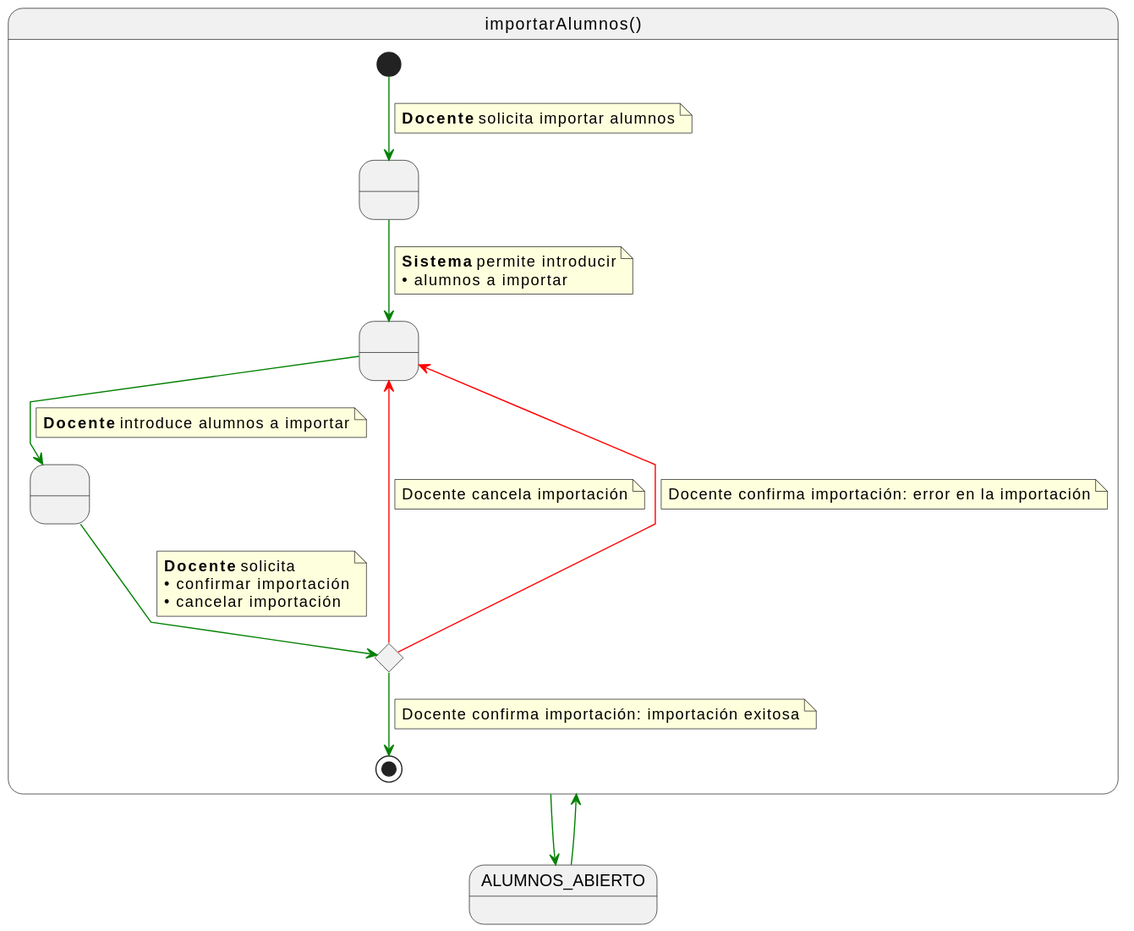
The PlantUML diagram documents/casos-de-uso/detalladoCasosDeUso/importarAlumnos/importarAlumnos.svg in martinlopez7/25-26-IdSw1-SdR, before a commit. Its diagram source:
```plantuml
@startuml
skinparam linetype polyline

state importarAlumnos as "importarAlumnos()" {

    state " " as RequiringImport
    state " " as ProvidingAlumnos
    state " " as ProvidingConfirmation
    state c <<choice>>

    [*] -[#green]-> RequiringImport
    note on link
    <b>Docente</b> solicita importar alumnos
    end note

    RequiringImport -[#green]-> ProvidingAlumnos
    note on link
    <b>Sistema</b> permite introducir
    • alumnos a importar
    end note

    ProvidingAlumnos -[#green]-> ProvidingConfirmation
    note on link
    <b>Docente</b> introduce alumnos a importar
    end note

    ProvidingConfirmation -[#green]-> c
    note on link
    <b>Docente</b> solicita
    • confirmar importación
    • cancelar importación
    end note

    c -[#red]-> ProvidingAlumnos
    note on link
    Docente cancela importación
    end note

    c -[#red]-> ProvidingAlumnos
    note on link
    Docente confirma importación: error en la importación
    end note

    c -[#green]-> [*]
    note on link
    Docente confirma importación: importación exitosa
    end note
}

ALUMNOS_ABIERTO -[#green]-> importarAlumnos
importarAlumnos -[#green]-> ALUMNOS_ABIERTO
@enduml
```
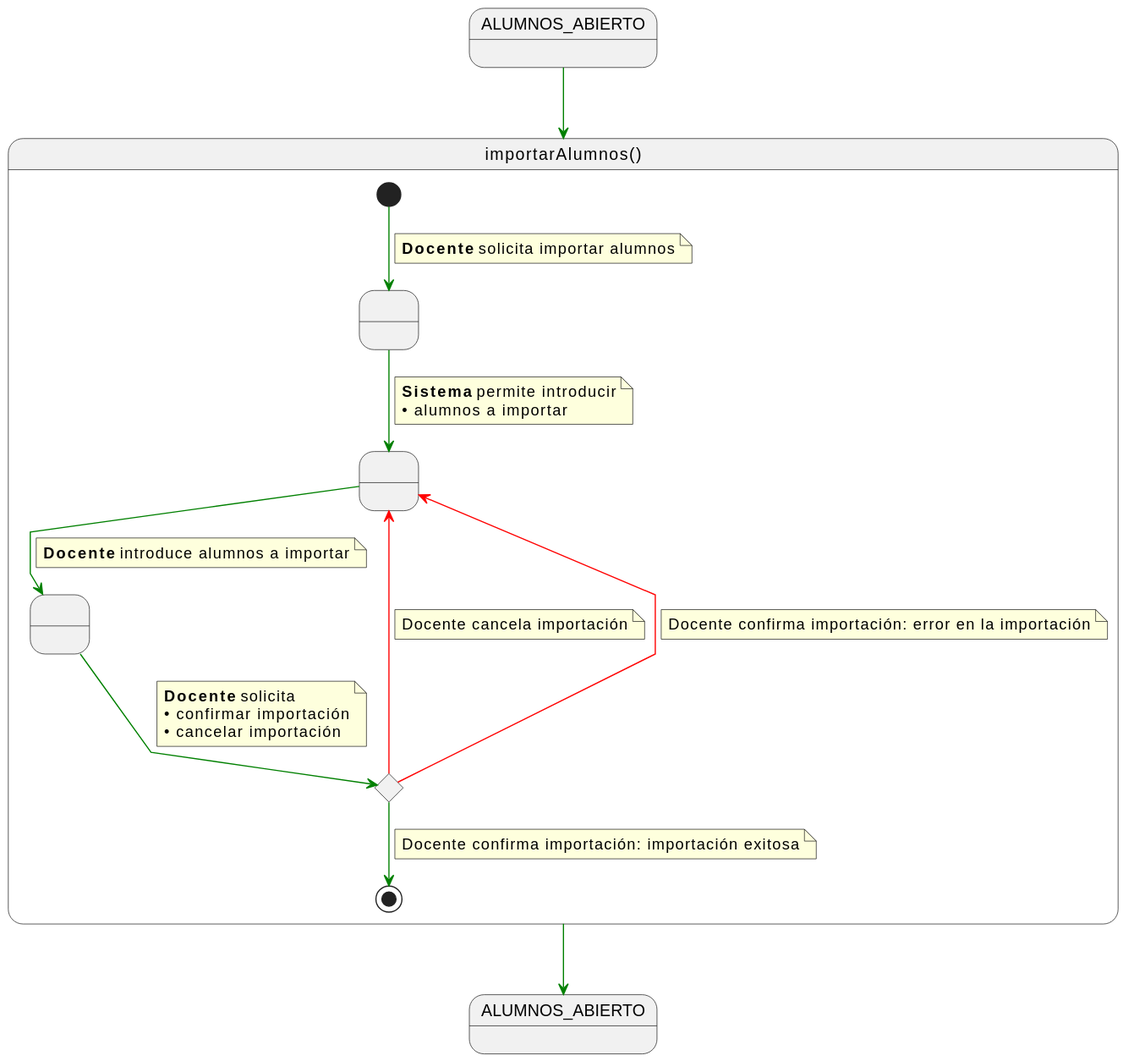
Later version of the same file.

What changed in the source:
```diff
@@ -1,5 +1,7 @@
 @startuml
 skinparam linetype polyline
+
+state ALUMNOS_ABIERTO2 as "ALUMNOS_ABIERTO"
 
 state importarAlumnos as "importarAlumnos()" {
 
@@ -48,5 +50,5 @@
 }
 
 ALUMNOS_ABIERTO -[#green]-> importarAlumnos
-importarAlumnos -[#green]-> ALUMNOS_ABIERTO
+importarAlumnos -[#green]-> ALUMNOS_ABIERTO2
 @enduml
```
